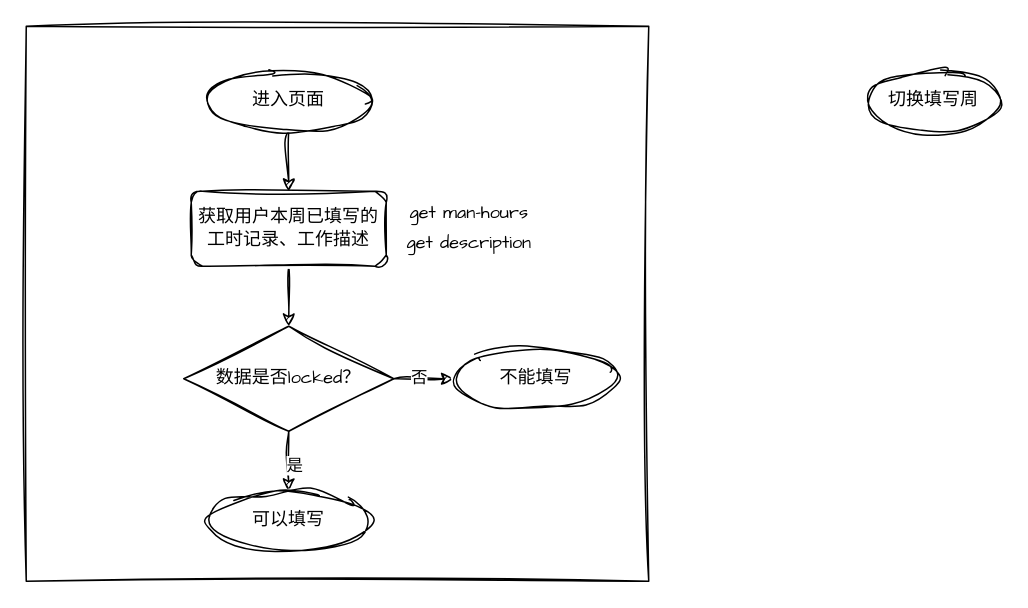
This is SCUT RobotLab/未命名绘图.drawio from wanting12345/my-project, a draw.io file, before an edit. Source tidied: cells renumbered, new cells numbered last; positions are measured from the earlier drawing's top-left corner, leaving out a move shared by most shapes. Both pictures are drawn from the tidied source at 150%, with x=0, y=0 at pixel (26, 26).
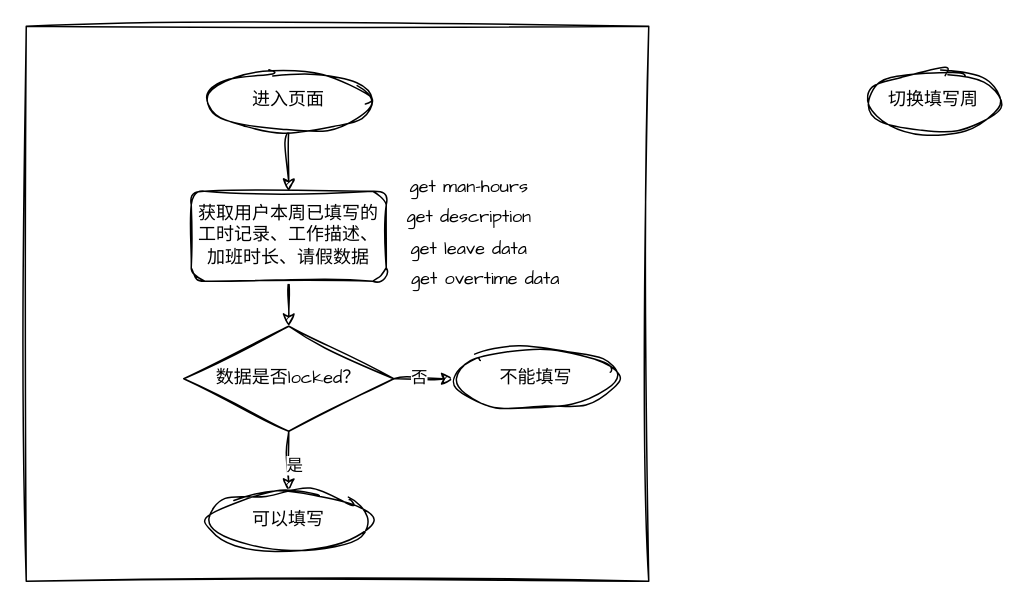
The same page after the edit.

Commit message (it also covers changes not shown here):
更新未命名绘图.drawio

Change to the diagram source:
```diff
@@
 <mxGraphModel>
   <root>
     <mxCell id="0" />
     <mxCell id="1" parent="0" />
     <mxCell id="2" style="rounded=0;whiteSpace=wrap;html=1;sketch=1;hachureGap=4;jiggle=2;curveFitting=1;fontFamily=Architects Daughter;" parent="1" vertex="1">
       <mxGeometry width="415" height="370" as="geometry" />
     </mxCell>
     <mxCell id="3" style="edgeStyle=orthogonalEdgeStyle;sketch=1;hachureGap=4;jiggle=2;curveFitting=1;jettySize=auto;html=1;exitX=0.5;exitY=1;exitDx=0;exitDy=0;entryX=0.5;entryY=0;entryDx=0;entryDy=0;fontFamily=Architects Daughter;" parent="1" edge="1" source="4" target="11">
       <mxGeometry relative="1" as="geometry" />
     </mxCell>
-    <mxCell id="4" value="获取用户本周已填写的工时记录、工作描述" style="rounded=1;whiteSpace=wrap;html=1;sketch=1;hachureGap=4;jiggle=2;curveFitting=1;fontFamily=Architects Daughter;" parent="1" vertex="1">
-      <mxGeometry x="110" y="110" width="130" height="50" as="geometry" />
+    <mxCell id="4" value="获取用户本周已填写的工时记录、工作描述、加班时长、请假数据" style="rounded=1;whiteSpace=wrap;html=1;sketch=1;hachureGap=4;jiggle=2;curveFitting=1;fontFamily=Architects Daughter;" parent="1" vertex="1">
+      <mxGeometry x="110" y="110" width="130" height="60" as="geometry" />
     </mxCell>
     <mxCell id="5" style="edgeStyle=orthogonalEdgeStyle;sketch=1;hachureGap=4;jiggle=2;curveFitting=1;jettySize=auto;html=1;exitX=0.5;exitY=1;exitDx=0;exitDy=0;fontFamily=Architects Daughter;" parent="1" edge="1" source="6" target="4">
       <mxGeometry relative="1" as="geometry" />
     </mxCell>
     <mxCell id="6" value="进入页面" style="ellipse;whiteSpace=wrap;html=1;sketch=1;hachureGap=4;jiggle=2;curveFitting=1;fontFamily=Architects Daughter;" parent="1" vertex="1">
       <mxGeometry x="120" y="30" width="110" height="40" as="geometry" />
     </mxCell>
     <mxCell id="7" style="edgeStyle=orthogonalEdgeStyle;sketch=1;hachureGap=4;jiggle=2;curveFitting=1;jettySize=auto;html=1;exitX=0.5;exitY=1;exitDx=0;exitDy=0;fontFamily=Architects Daughter;" parent="1" edge="1" source="11" target="14">
       <mxGeometry relative="1" as="geometry" />
     </mxCell>
     <mxCell id="8" value="是" style="edgeLabel;html=1;align=center;verticalAlign=middle;sketch=1;hachureGap=4;jiggle=2;curveFitting=1;fontFamily=Architects Daughter;" parent="7" vertex="1">
       <mxGeometry x="0.12" y="3" relative="1" as="geometry" />
     </mxCell>
     <mxCell id="9" style="edgeStyle=orthogonalEdgeStyle;sketch=1;hachureGap=4;jiggle=2;curveFitting=1;jettySize=auto;html=1;exitX=1;exitY=0.5;exitDx=0;exitDy=0;entryX=0;entryY=0.5;entryDx=0;entryDy=0;fontFamily=Architects Daughter;" parent="1" edge="1" source="11" target="15">
       <mxGeometry relative="1" as="geometry" />
     </mxCell>
     <mxCell id="10" value="否" style="edgeLabel;html=1;align=center;verticalAlign=middle;sketch=1;hachureGap=4;jiggle=2;curveFitting=1;fontFamily=Architects Daughter;" parent="9" vertex="1">
       <mxGeometry x="-0.21" y="2" relative="1" as="geometry" />
     </mxCell>
     <mxCell id="11" value="数据是否locked？" style="rhombus;whiteSpace=wrap;html=1;sketch=1;hachureGap=4;jiggle=2;curveFitting=1;fontFamily=Architects Daughter;" parent="1" vertex="1">
       <mxGeometry x="105" y="200" width="140" height="70" as="geometry" />
     </mxCell>
     <mxCell id="12" value="get man-hours" style="text;html=1;align=center;verticalAlign=middle;strokeColor=none;fillColor=none;fontFamily=Architects Daughter;" parent="1" vertex="1">
-      <mxGeometry x="245" y="110" width="100" height="30" as="geometry" />
+      <mxGeometry x="245" y="93" width="100" height="30" as="geometry" />
     </mxCell>
     <mxCell id="13" value="get description" style="text;html=1;align=center;verticalAlign=middle;strokeColor=none;fillColor=none;fontFamily=Architects Daughter;" parent="1" vertex="1">
-      <mxGeometry x="240" y="130" width="110" height="30" as="geometry" />
+      <mxGeometry x="240" y="113" width="110" height="30" as="geometry" />
     </mxCell>
     <mxCell id="14" value="可以填写" style="ellipse;whiteSpace=wrap;html=1;sketch=1;hachureGap=4;jiggle=2;curveFitting=1;fontFamily=Architects Daughter;" parent="1" vertex="1">
       <mxGeometry x="120" y="310" width="110" height="40" as="geometry" />
     </mxCell>
     <mxCell id="15" value="不能填写" style="ellipse;whiteSpace=wrap;html=1;sketch=1;hachureGap=4;jiggle=2;curveFitting=1;fontFamily=Architects Daughter;" parent="1" vertex="1">
       <mxGeometry x="285" y="215" width="110" height="40" as="geometry" />
     </mxCell>
     <mxCell id="16" value="切换填写周" style="ellipse;whiteSpace=wrap;html=1;sketch=1;hachureGap=4;jiggle=2;curveFitting=1;fontFamily=Architects Daughter;" parent="1" vertex="1">
       <mxGeometry x="560" y="30" width="90" height="40" as="geometry" />
     </mxCell>
+    <mxCell id="17" value="get leave data" style="text;html=1;align=center;verticalAlign=middle;strokeColor=none;fillColor=none;fontFamily=Architects Daughter;" parent="1" vertex="1">
+      <mxGeometry x="245" y="134" width="100" height="30" as="geometry" />
+    </mxCell>
+    <mxCell id="18" value="get overtime data" style="text;html=1;align=center;verticalAlign=middle;strokeColor=none;fillColor=none;fontFamily=Architects Daughter;" parent="1" vertex="1">
+      <mxGeometry x="246" y="154" width="120" height="30" as="geometry" />
+    </mxCell>
   </root>
 </mxGraphModel>
```
